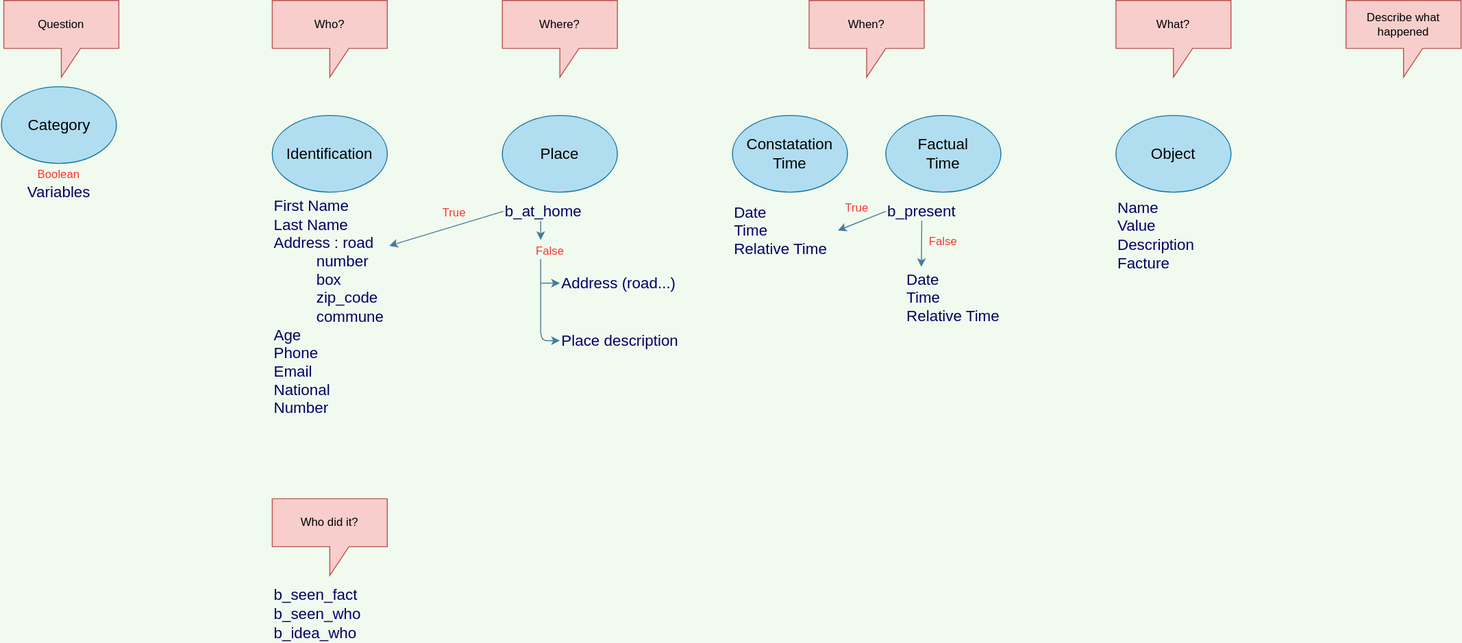
Earlier version of the draw.io export concepts/Variables_needed.svg (Joffreybvn/police-training-chatbot). Source tidied: cells renumbered, new cells last; positions are measured from the earlier drawing's top-left corner, leaving out a move shared by most shapes.
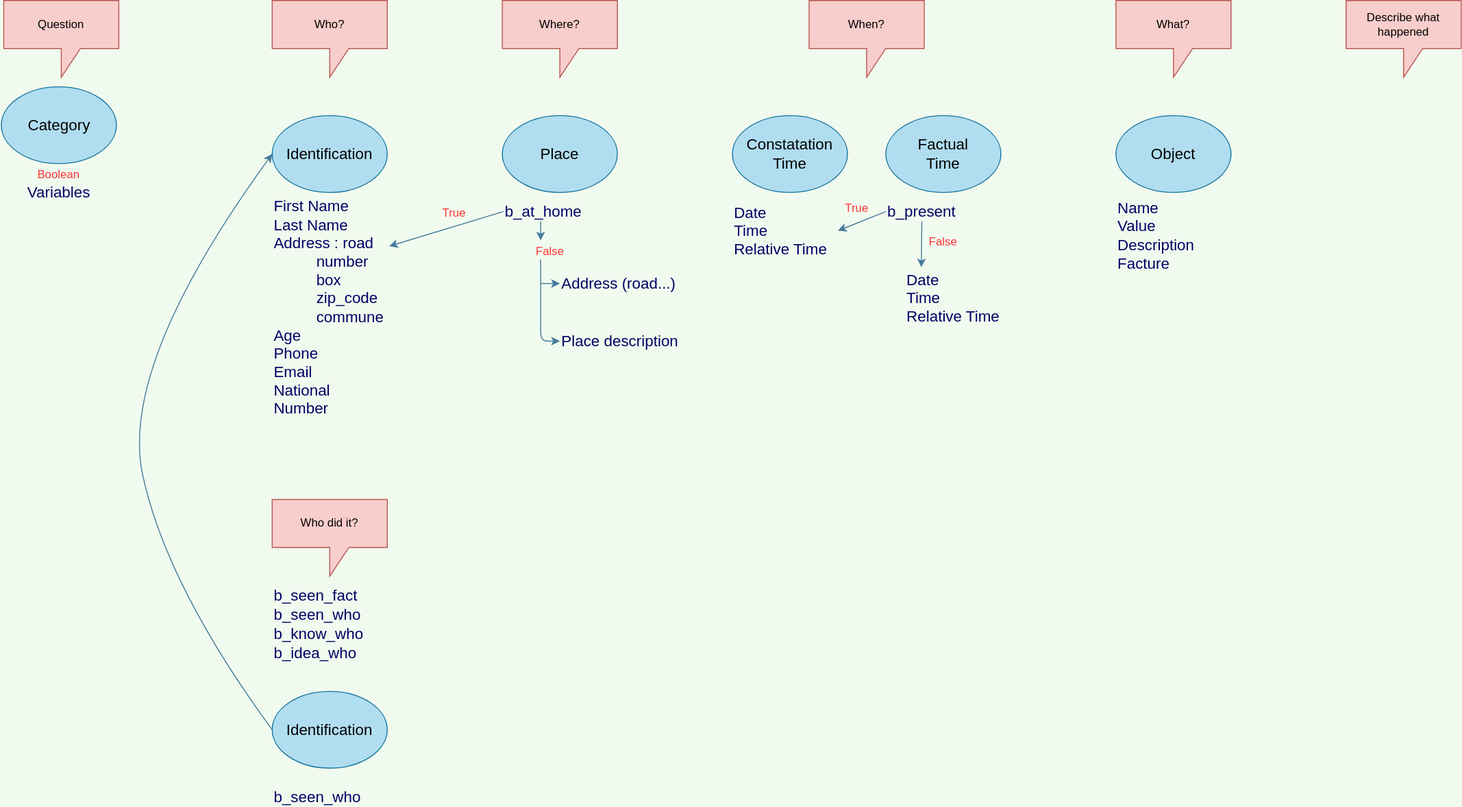
Later version of the same file.

The edit, as a diff of the source:
```diff
@@ -119,7 +119,24 @@
       <mxGeometry x="282" y="630" width="89" height="20" as="geometry" />
     </mxCell>
     <mxCell id="38" value="b_idea_who" style="text;html=1;align=left;verticalAlign=middle;whiteSpace=wrap;rounded=0;sketch=0;strokeWidth=1;fontColor=#000066;fontSize=16;" parent="1" vertex="1">
-      <mxGeometry x="282" y="650" width="89" height="20" as="geometry" />
+      <mxGeometry x="282" y="670" width="89" height="20" as="geometry" />
     </mxCell>
+    <mxCell id="39" value="Identification" style="ellipse;whiteSpace=wrap;html=1;fillColor=#b1ddf0;strokeColor=#10739e;fontSize=16;" parent="1" vertex="1">
+      <mxGeometry x="282" y="720" width="120" height="80" as="geometry" />
+    </mxCell>
+    <mxCell id="40" value="b_seen_who" style="text;html=1;align=left;verticalAlign=middle;whiteSpace=wrap;rounded=0;sketch=0;strokeWidth=1;fontColor=#000066;fontSize=16;" parent="1" vertex="1">
+      <mxGeometry x="282" y="820" width="89" height="20" as="geometry" />
+    </mxCell>
+    <mxCell id="41" style="curved=1;endArrow=classic;html=1;strokeColor=#457B9D;fillColor=#A8DADC;fontSize=16;fontColor=#FF3333;exitX=0;exitY=0.5;exitDx=0;exitDy=0;entryX=0;entryY=0.5;entryDx=0;entryDy=0;" parent="1" edge="1" source="39" target="5">
+      <mxGeometry relative="1" as="geometry">
+        <Array as="points">
+          <mxPoint x="172" y="610" />
+          <mxPoint x="122" y="380" />
+        </Array>
+      </mxGeometry>
+    </mxCell>
+    <mxCell id="42" value="b_know_who" style="text;html=1;align=left;verticalAlign=middle;whiteSpace=wrap;rounded=0;sketch=0;strokeWidth=1;fontColor=#000066;fontSize=16;" parent="1" vertex="1">
+      <mxGeometry x="282" y="650" width="89" height="20" as="geometry" />
+    </mxCell>
   </root>
 </mxGraphModel>
```
